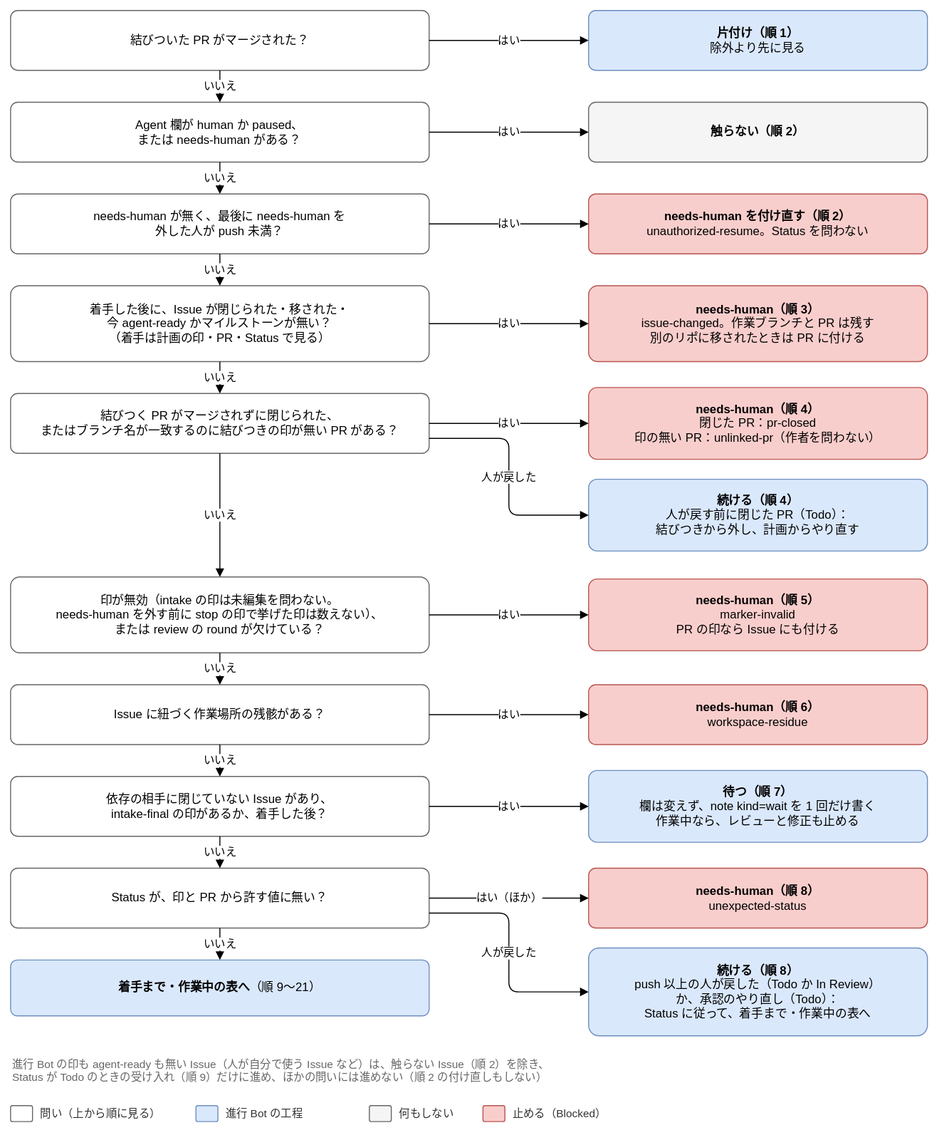
Earlier version of the draw.io export docs/design/basic/diagrams/02-next-step-stops.drawio.svg (Joymerrevent/dev-autopilot). Source tidied: cells renumbered, new cells last; positions are measured from the earlier drawing's top-left corner, leaving out a move shared by most shapes.
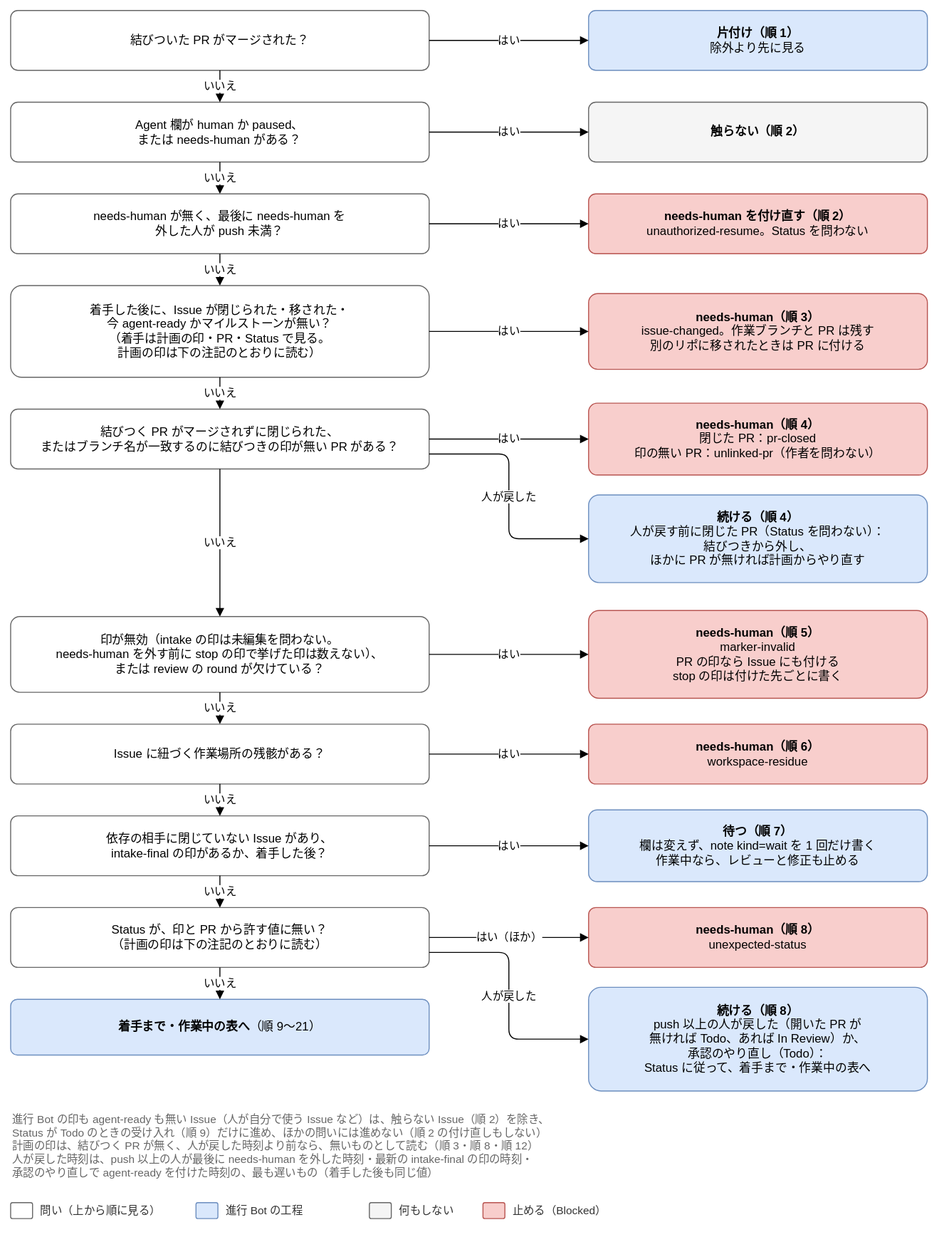
Above is the later version.

What changed in the source:
```diff
@@ -23,11 +23,11 @@
     <mxCell id="8" value="いいえ" style="edgeStyle=orthogonalEdgeStyle;rounded=1;html=1;endArrow=block;endFill=1;fontSize=11;labelBackgroundColor=#ffffff;exitX=0.5;exitY=1;exitDx=0;exitDy=0;entryX=0.5;entryY=0;entryDx=0;entryDy=0;" parent="1" edge="1" source="2" target="5">
       <mxGeometry relative="1" as="geometry" />
     </mxCell>
-    <mxCell id="9" value="着手した後に、Issue が閉じられた・移された・&lt;br&gt;今 agent-ready かマイルストーンが無い？&lt;br&gt;（着手は計画の印・PR・Status で見る）" style="rounded=1;whiteSpace=wrap;html=1;fontSize=12;arcSize=12;spacing=12;fillColor=#ffffff;strokeColor=#666666;" parent="1" vertex="1">
-      <mxGeometry y="276" width="420" height="76" as="geometry" />
+    <mxCell id="9" value="着手した後に、Issue が閉じられた・移された・&lt;br&gt;今 agent-ready かマイルストーンが無い？&lt;br&gt;（着手は計画の印・PR・Status で見る。&lt;br&gt;計画の印は下の注記のとおりに読む）" style="rounded=1;whiteSpace=wrap;html=1;fontSize=12;arcSize=12;spacing=12;fillColor=#ffffff;strokeColor=#666666;" parent="1" vertex="1">
+      <mxGeometry y="276" width="420" height="92" as="geometry" />
     </mxCell>
     <mxCell id="10" value="&lt;b&gt;needs-human（順 3）&lt;/b&gt;&lt;br&gt;issue-changed。作業ブランチと PR は残す&lt;br&gt;別のリポに移されたときは PR に付ける" style="rounded=1;whiteSpace=wrap;html=1;fontSize=12;arcSize=12;spacing=12;fillColor=#f8cecc;strokeColor=#b85450;" parent="1" vertex="1">
-      <mxGeometry x="580" y="276" width="340" height="76" as="geometry" />
+      <mxGeometry x="580" y="284" width="340" height="76" as="geometry" />
     </mxCell>
     <mxCell id="11" value="はい" style="edgeStyle=orthogonalEdgeStyle;rounded=1;html=1;endArrow=block;endFill=1;fontSize=11;labelBackgroundColor=#ffffff;exitX=1;exitY=0.5;exitDx=0;exitDy=0;entryX=0;entryY=0.5;entryDx=0;entryDy=0;" parent="1" edge="1" source="9" target="10">
       <mxGeometry relative="1" as="geometry" />
@@ -36,10 +36,10 @@
       <mxGeometry relative="1" as="geometry" />
     </mxCell>
     <mxCell id="13" value="結びつく PR がマージされずに閉じられた、&lt;br&gt;またはブランチ名が一致するのに結びつきの印が無い PR がある？" style="rounded=1;whiteSpace=wrap;html=1;fontSize=12;arcSize=12;spacing=12;fillColor=#ffffff;strokeColor=#666666;" parent="1" vertex="1">
-      <mxGeometry y="384" width="420" height="60" as="geometry" />
+      <mxGeometry y="400" width="420" height="60" as="geometry" />
     </mxCell>
     <mxCell id="14" value="&lt;b&gt;needs-human（順 4）&lt;/b&gt;&lt;br&gt;閉じた PR：pr-closed&lt;br&gt;印の無い PR：unlinked-pr（作者を問わない）" style="rounded=1;whiteSpace=wrap;html=1;fontSize=12;arcSize=12;spacing=12;fillColor=#f8cecc;strokeColor=#b85450;" parent="1" vertex="1">
-      <mxGeometry x="580" y="378" width="340" height="72" as="geometry" />
+      <mxGeometry x="580" y="394" width="340" height="72" as="geometry" />
     </mxCell>
     <mxCell id="15" value="はい" style="edgeStyle=orthogonalEdgeStyle;rounded=1;html=1;endArrow=block;endFill=1;fontSize=11;labelBackgroundColor=#ffffff;exitX=1;exitY=0.5;exitDx=0;exitDy=0;entryX=0;entryY=0.5;entryDx=0;entryDy=0;" parent="1" edge="1" source="13" target="14">
       <mxGeometry relative="1" as="geometry" />
@@ -48,10 +48,10 @@
       <mxGeometry relative="1" as="geometry" />
     </mxCell>
     <mxCell id="17" value="印が無効（intake の印は未編集を問わない。&lt;br&gt;needs-human を外す前に stop の印で挙げた印は数えない）、&lt;br&gt;または review の round が欠けている？" style="rounded=1;whiteSpace=wrap;html=1;fontSize=12;arcSize=12;spacing=12;fillColor=#ffffff;strokeColor=#666666;" parent="1" vertex="1">
-      <mxGeometry y="568" width="420" height="76" as="geometry" />
+      <mxGeometry y="608" width="420" height="76" as="geometry" />
     </mxCell>
-    <mxCell id="18" value="&lt;b&gt;needs-human（順 5）&lt;/b&gt;&lt;br&gt;marker-invalid&lt;br&gt;PR の印なら Issue にも付ける" style="rounded=1;whiteSpace=wrap;html=1;fontSize=12;arcSize=12;spacing=12;fillColor=#f8cecc;strokeColor=#b85450;" parent="1" vertex="1">
-      <mxGeometry x="580" y="570" width="340" height="72" as="geometry" />
+    <mxCell id="18" value="&lt;b&gt;needs-human（順 5）&lt;/b&gt;&lt;br&gt;marker-invalid&lt;br&gt;PR の印なら Issue にも付ける&lt;br&gt;stop の印は付けた先ごとに書く" style="rounded=1;whiteSpace=wrap;html=1;fontSize=12;arcSize=12;spacing=12;fillColor=#f8cecc;strokeColor=#b85450;" parent="1" vertex="1">
+      <mxGeometry x="580" y="602" width="340" height="88" as="geometry" />
     </mxCell>
     <mxCell id="19" value="はい" style="edgeStyle=orthogonalEdgeStyle;rounded=1;html=1;endArrow=block;endFill=1;fontSize=11;labelBackgroundColor=#ffffff;exitX=1;exitY=0.5;exitDx=0;exitDy=0;entryX=0;entryY=0.5;entryDx=0;entryDy=0;" parent="1" edge="1" source="17" target="18">
       <mxGeometry relative="1" as="geometry" />
@@ -60,10 +60,10 @@
       <mxGeometry relative="1" as="geometry" />
     </mxCell>
     <mxCell id="21" value="Issue に紐づく作業場所の残骸がある？" style="rounded=1;whiteSpace=wrap;html=1;fontSize=12;arcSize=12;spacing=12;fillColor=#ffffff;strokeColor=#666666;" parent="1" vertex="1">
-      <mxGeometry y="676" width="420" height="60" as="geometry" />
+      <mxGeometry y="716" width="420" height="60" as="geometry" />
     </mxCell>
     <mxCell id="22" value="&lt;b&gt;needs-human（順 6）&lt;/b&gt;&lt;br&gt;workspace-residue" style="rounded=1;whiteSpace=wrap;html=1;fontSize=12;arcSize=12;spacing=12;fillColor=#f8cecc;strokeColor=#b85450;" parent="1" vertex="1">
-      <mxGeometry x="580" y="676" width="340" height="60" as="geometry" />
+      <mxGeometry x="580" y="716" width="340" height="60" as="geometry" />
     </mxCell>
     <mxCell id="23" value="はい" style="edgeStyle=orthogonalEdgeStyle;rounded=1;html=1;endArrow=block;endFill=1;fontSize=11;labelBackgroundColor=#ffffff;exitX=1;exitY=0.5;exitDx=0;exitDy=0;entryX=0;entryY=0.5;entryDx=0;entryDy=0;" parent="1" edge="1" source="21" target="22">
       <mxGeometry relative="1" as="geometry" />
@@ -72,10 +72,10 @@
       <mxGeometry relative="1" as="geometry" />
     </mxCell>
     <mxCell id="25" value="依存の相手に閉じていない Issue があり、&lt;br&gt;intake-final の印があるか、着手した後？" style="rounded=1;whiteSpace=wrap;html=1;fontSize=12;arcSize=12;spacing=12;fillColor=#ffffff;strokeColor=#666666;" parent="1" vertex="1">
-      <mxGeometry y="768" width="420" height="60" as="geometry" />
+      <mxGeometry y="808" width="420" height="60" as="geometry" />
     </mxCell>
     <mxCell id="26" value="&lt;b&gt;待つ（順 7）&lt;/b&gt;&lt;br&gt;欄は変えず、note kind=wait を 1 回だけ書く&lt;br&gt;作業中なら、レビューと修正も止める" style="rounded=1;whiteSpace=wrap;html=1;fontSize=12;arcSize=12;spacing=12;fillColor=#dae8fc;strokeColor=#6c8ebf;" parent="1" vertex="1">
-      <mxGeometry x="580" y="762" width="340" height="72" as="geometry" />
+      <mxGeometry x="580" y="802" width="340" height="72" as="geometry" />
     </mxCell>
     <mxCell id="27" value="はい" style="edgeStyle=orthogonalEdgeStyle;rounded=1;html=1;endArrow=block;endFill=1;fontSize=11;labelBackgroundColor=#ffffff;exitX=1;exitY=0.5;exitDx=0;exitDy=0;entryX=0;entryY=0.5;entryDx=0;entryDy=0;" parent="1" edge="1" source="25" target="26">
       <mxGeometry relative="1" as="geometry" />
@@ -83,11 +83,11 @@
     <mxCell id="28" value="いいえ" style="edgeStyle=orthogonalEdgeStyle;rounded=1;html=1;endArrow=block;endFill=1;fontSize=11;labelBackgroundColor=#ffffff;exitX=0.5;exitY=1;exitDx=0;exitDy=0;entryX=0.5;entryY=0;entryDx=0;entryDy=0;" parent="1" edge="1" source="21" target="25">
       <mxGeometry relative="1" as="geometry" />
     </mxCell>
-    <mxCell id="29" value="Status が、印と PR から許す値に無い？" style="rounded=1;whiteSpace=wrap;html=1;fontSize=12;arcSize=12;spacing=12;fillColor=#ffffff;strokeColor=#666666;" parent="1" vertex="1">
-      <mxGeometry y="860" width="420" height="60" as="geometry" />
+    <mxCell id="29" value="Status が、印と PR から許す値に無い？&lt;br&gt;（計画の印は下の注記のとおりに読む）" style="rounded=1;whiteSpace=wrap;html=1;fontSize=12;arcSize=12;spacing=12;fillColor=#ffffff;strokeColor=#666666;" parent="1" vertex="1">
+      <mxGeometry y="900" width="420" height="60" as="geometry" />
     </mxCell>
     <mxCell id="30" value="&lt;b&gt;needs-human（順 8）&lt;/b&gt;&lt;br&gt;unexpected-status" style="rounded=1;whiteSpace=wrap;html=1;fontSize=12;arcSize=12;spacing=12;fillColor=#f8cecc;strokeColor=#b85450;" parent="1" vertex="1">
-      <mxGeometry x="580" y="860" width="340" height="60" as="geometry" />
+      <mxGeometry x="580" y="900" width="340" height="60" as="geometry" />
     </mxCell>
     <mxCell id="31" value="はい（ほか）" style="edgeStyle=orthogonalEdgeStyle;rounded=1;html=1;endArrow=block;endFill=1;fontSize=11;labelBackgroundColor=#ffffff;exitX=1;exitY=0.5;exitDx=0;exitDy=0;entryX=0;entryY=0.5;entryDx=0;entryDy=0;" parent="1" edge="1" source="29" target="30">
       <mxGeometry relative="1" as="geometry" />
@@ -96,37 +96,37 @@
       <mxGeometry relative="1" as="geometry" />
     </mxCell>
     <mxCell id="33" value="&lt;b&gt;着手まで・作業中の表へ&lt;/b&gt;（順 9〜21）" style="rounded=1;whiteSpace=wrap;html=1;fontSize=12;arcSize=12;spacing=12;fillColor=#dae8fc;strokeColor=#6c8ebf;" parent="1" vertex="1">
-      <mxGeometry y="952" width="420" height="56" as="geometry" />
+      <mxGeometry y="992" width="420" height="56" as="geometry" />
     </mxCell>
     <mxCell id="34" value="いいえ" style="edgeStyle=orthogonalEdgeStyle;rounded=1;html=1;endArrow=block;endFill=1;fontSize=11;labelBackgroundColor=#ffffff;exitX=0.5;exitY=1;exitDx=0;exitDy=0;entryX=0.5;entryY=0;entryDx=0;entryDy=0;" parent="1" edge="1" source="29" target="33">
       <mxGeometry relative="1" as="geometry" />
     </mxCell>
     <mxCell id="35" style="rounded=1;whiteSpace=wrap;html=1;fontSize=12;arcSize=12;spacing=12;fillColor=#ffffff;strokeColor=#666666;" parent="1" vertex="1">
-      <mxGeometry y="1098" width="22" height="16" as="geometry" />
+      <mxGeometry y="1196" width="22" height="16" as="geometry" />
     </mxCell>
     <mxCell id="36" value="問い（上から順に見る）" style="text;html=1;align=left;verticalAlign=middle;fontSize=11;fontColor=#333333;" parent="1" vertex="1">
-      <mxGeometry x="28" y="1096" width="142" height="20" as="geometry" />
+      <mxGeometry x="28" y="1194" width="142" height="20" as="geometry" />
     </mxCell>
     <mxCell id="37" style="rounded=1;whiteSpace=wrap;html=1;fontSize=12;arcSize=12;spacing=12;fillColor=#dae8fc;strokeColor=#6c8ebf;" parent="1" vertex="1">
-      <mxGeometry x="186" y="1098" width="22" height="16" as="geometry" />
+      <mxGeometry x="186" y="1196" width="22" height="16" as="geometry" />
     </mxCell>
     <mxCell id="38" value="進行 Bot の工程" style="text;html=1;align=left;verticalAlign=middle;fontSize=11;fontColor=#333333;" parent="1" vertex="1">
-      <mxGeometry x="214" y="1096" width="130" height="20" as="geometry" />
+      <mxGeometry x="214" y="1194" width="130" height="20" as="geometry" />
     </mxCell>
     <mxCell id="39" style="rounded=1;whiteSpace=wrap;html=1;fontSize=12;arcSize=12;spacing=12;fillColor=#f5f5f5;strokeColor=#666666;" parent="1" vertex="1">
-      <mxGeometry x="360" y="1098" width="22" height="16" as="geometry" />
+      <mxGeometry x="360" y="1196" width="22" height="16" as="geometry" />
     </mxCell>
     <mxCell id="40" value="何もしない" style="text;html=1;align=left;verticalAlign=middle;fontSize=11;fontColor=#333333;" parent="1" vertex="1">
-      <mxGeometry x="388" y="1096" width="70" height="20" as="geometry" />
+      <mxGeometry x="388" y="1194" width="70" height="20" as="geometry" />
     </mxCell>
     <mxCell id="41" style="rounded=1;whiteSpace=wrap;html=1;fontSize=12;arcSize=12;spacing=12;fillColor=#f8cecc;strokeColor=#b85450;" parent="1" vertex="1">
-      <mxGeometry x="474" y="1098" width="22" height="16" as="geometry" />
+      <mxGeometry x="474" y="1196" width="22" height="16" as="geometry" />
     </mxCell>
     <mxCell id="42" value="止める（Blocked）" style="text;html=1;align=left;verticalAlign=middle;fontSize=11;fontColor=#333333;" parent="1" vertex="1">
-      <mxGeometry x="502" y="1096" width="154" height="20" as="geometry" />
+      <mxGeometry x="502" y="1194" width="154" height="20" as="geometry" />
     </mxCell>
-    <mxCell id="43" value="&lt;b&gt;続ける（順 8）&lt;/b&gt;&lt;br&gt;push 以上の人が戻した（Todo か In Review）&lt;br&gt;か、承認のやり直し（Todo）：&lt;br&gt;Status に従って、着手まで・作業中の表へ" style="rounded=1;whiteSpace=wrap;html=1;fontSize=12;arcSize=12;spacing=12;fillColor=#dae8fc;strokeColor=#6c8ebf;" parent="1" vertex="1">
-      <mxGeometry x="580" y="940" width="340" height="88" as="geometry" />
+    <mxCell id="43" value="&lt;b&gt;続ける（順 8）&lt;/b&gt;&lt;br&gt;push 以上の人が戻した（開いた PR が&lt;br&gt;無ければ Todo、あれば In Review）か、&lt;br&gt;承認のやり直し（Todo）：&lt;br&gt;Status に従って、着手まで・作業中の表へ" style="rounded=1;whiteSpace=wrap;html=1;fontSize=12;arcSize=12;spacing=12;fillColor=#dae8fc;strokeColor=#6c8ebf;" parent="1" vertex="1">
+      <mxGeometry x="580" y="980" width="340" height="104" as="geometry" />
     </mxCell>
     <mxCell id="44" value="人が戻した" style="edgeStyle=orthogonalEdgeStyle;rounded=1;html=1;endArrow=block;endFill=1;fontSize=11;labelBackgroundColor=#ffffff;exitX=1;exitY=0.75;exitDx=0;exitDy=0;entryX=0;entryY=0.5;entryDx=0;entryDy=0;" parent="1" edge="1" source="29" target="43">
       <mxGeometry relative="1" as="geometry" />
@@ -143,14 +143,14 @@
     <mxCell id="48" value="はい" style="edgeStyle=orthogonalEdgeStyle;rounded=1;html=1;endArrow=block;endFill=1;fontSize=11;labelBackgroundColor=#ffffff;exitX=1;exitY=0.5;exitDx=0;exitDy=0;entryX=0;entryY=0.5;entryDx=0;entryDy=0;" parent="1" edge="1" source="45" target="46">
       <mxGeometry relative="1" as="geometry" />
     </mxCell>
-    <mxCell id="49" value="&lt;b&gt;続ける（順 4）&lt;/b&gt;&lt;br&gt;人が戻す前に閉じた PR（Todo）：&lt;br&gt;結びつきから外し、計画からやり直す" style="rounded=1;whiteSpace=wrap;html=1;fontSize=12;arcSize=12;spacing=12;fillColor=#dae8fc;strokeColor=#6c8ebf;" parent="1" vertex="1">
-      <mxGeometry x="580" y="470" width="340" height="72" as="geometry" />
+    <mxCell id="49" value="&lt;b&gt;続ける（順 4）&lt;/b&gt;&lt;br&gt;人が戻す前に閉じた PR（Status を問わない）：&lt;br&gt;結びつきから外し、&lt;br&gt;ほかに PR が無ければ計画からやり直す" style="rounded=1;whiteSpace=wrap;html=1;fontSize=12;arcSize=12;spacing=12;fillColor=#dae8fc;strokeColor=#6c8ebf;" parent="1" vertex="1">
+      <mxGeometry x="580" y="486" width="340" height="88" as="geometry" />
     </mxCell>
     <mxCell id="50" value="人が戻した" style="edgeStyle=orthogonalEdgeStyle;rounded=1;html=1;endArrow=block;endFill=1;fontSize=11;labelBackgroundColor=#ffffff;exitX=1;exitY=0.75;exitDx=0;exitDy=0;entryX=0;entryY=0.5;entryDx=0;entryDy=0;" parent="1" edge="1" source="13" target="49">
       <mxGeometry relative="1" as="geometry" />
     </mxCell>
-    <mxCell id="51" value="進行 Bot の印も agent-ready も無い Issue（人が自分で使う Issue など）は、触らない Issue（順 2）を除き、&lt;br&gt;Status が Todo のときの受け入れ（順 9）だけに進め、ほかの問いには進めない（順 2 の付け直しもしない）" style="text;html=1;whiteSpace=wrap;align=left;verticalAlign=top;fontSize=11;fontColor=#666666;" parent="1" vertex="1">
-      <mxGeometry y="1044" width="920" height="36" as="geometry" />
+    <mxCell id="51" value="進行 Bot の印も agent-ready も無い Issue（人が自分で使う Issue など）は、触らない Issue（順 2）を除き、&lt;br&gt;Status が Todo のときの受け入れ（順 9）だけに進め、ほかの問いには進めない（順 2 の付け直しもしない）&lt;br&gt;計画の印は、結びつく PR が無く、人が戻した時刻より前なら、無いものとして読む（順 3・順 8・順 12）&lt;br&gt;人が戻した時刻は、push 以上の人が最後に needs-human を外した時刻・最新の intake-final の印の時刻・&lt;br&gt;承認のやり直しで agent-ready を付けた時刻の、最も遅いもの（着手した後も同じ値）" style="text;html=1;whiteSpace=wrap;align=left;verticalAlign=top;fontSize=11;fontColor=#666666;" parent="1" vertex="1">
+      <mxGeometry y="1100" width="920" height="80" as="geometry" />
     </mxCell>
   </root>
 </mxGraphModel>
```
